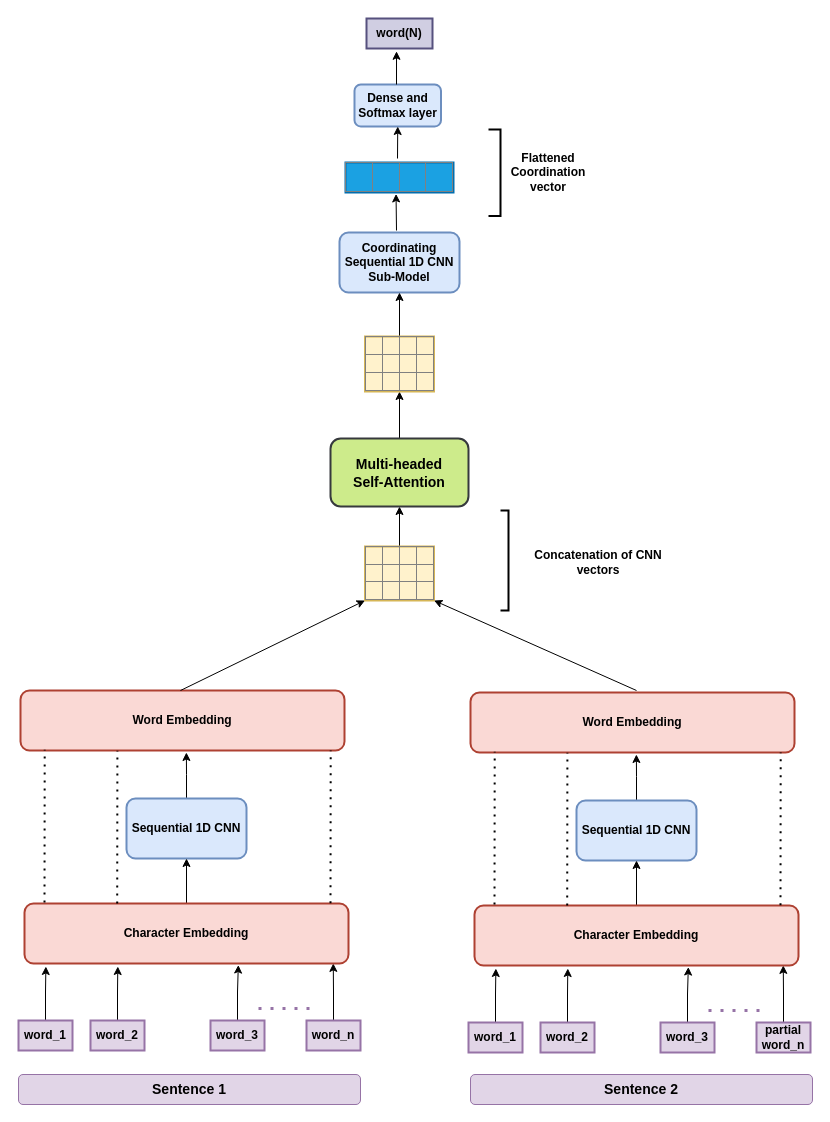
Before: Untitled Diagram.drawio in mahbubhimel/Html, a draw.io diagram. Source tidied: cells renumbered, new cells numbered last; positions are measured from the earlier drawing's top-left corner, leaving out a move shared by most shapes. Both pictures are drawn from the tidied source at 100%, with x=0, y=0 at pixel (18, 18).
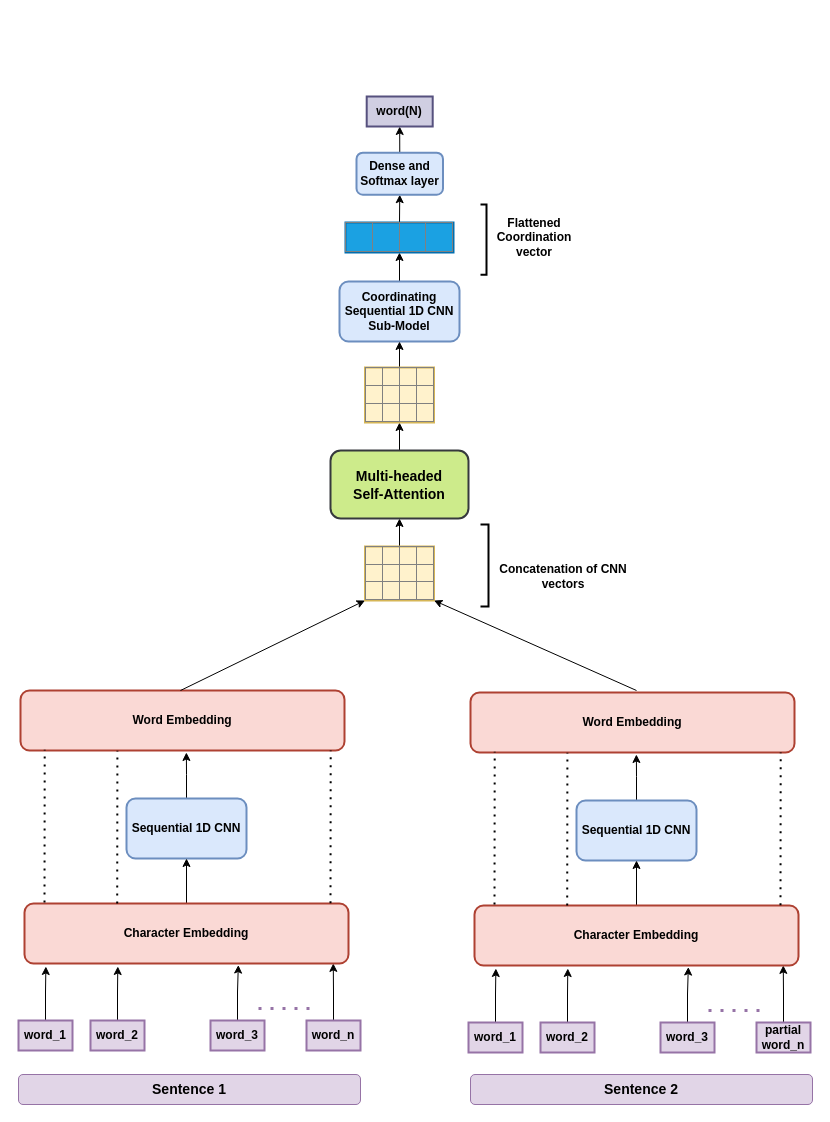
The same diagram, later.

What changed in the source:
```diff
@@
+    <mxCell id="57" style="edgeStyle=orthogonalEdgeStyle;rounded=0;jettySize=auto;html=1;exitX=0.5;exitY=0;exitDx=0;exitDy=0;entryX=0.5;entryY=1;entryDx=0;entryDy=0;" parent="1" edge="1" source="15" target="16">
+      <mxGeometry relative="1" as="geometry" />
+    </mxCell>
     <mxCell id="15" value="&lt;b&gt;Coordinating&lt;br&gt;Sequential 1D CNN&lt;br&gt;Sub-Model&lt;/b&gt;" style="rounded=1;whiteSpace=wrap;html=1;strokeWidth=2;fillColor=#dae8fc;strokeColor=#6c8ebf;" parent="1" vertex="1">
-      <mxGeometry x="321" y="214" width="120" height="60" as="geometry" />
+      <mxGeometry x="321" y="263" width="120" height="60" as="geometry" />
     </mxCell>
+    <mxCell id="58" style="edgeStyle=orthogonalEdgeStyle;rounded=0;jettySize=auto;html=1;exitX=0.5;exitY=0;exitDx=0;exitDy=0;entryX=0.5;entryY=1;entryDx=0;entryDy=0;" parent="1" edge="1" source="16" target="18">
+      <mxGeometry relative="1" as="geometry" />
+    </mxCell>
     <mxCell id="16" value="&lt;table border=&quot;1&quot; width=&quot;100%&quot; style=&quot;width: 100% ; height: 100% ; border-collapse: collapse&quot;&gt;&lt;tbody&gt;&lt;tr&gt;&lt;td align=&quot;center&quot;&gt;&lt;br&gt;&lt;/td&gt;&lt;td align=&quot;center&quot;&gt;&lt;br&gt;&lt;/td&gt;&lt;td align=&quot;center&quot;&gt;&lt;/td&gt;&lt;td&gt;&lt;br&gt;&lt;/td&gt;&lt;/tr&gt;&lt;/tbody&gt;&lt;/table&gt;" style="text;html=1;overflow=fill;fillColor=#1ba1e2;strokeWidth=2;strokeColor=#006EAF;fontColor=#ffffff;" parent="1" vertex="1">
-      <mxGeometry x="327" y="144" width="108" height="30" as="geometry" />
+      <mxGeometry x="327" y="204" width="108" height="30" as="geometry" />
     </mxCell>
-    <mxCell id="17" style="endArrow=classic;html=1;strokeWidth=1;entryX=0.468;entryY=1.048;entryDx=0;entryDy=0;entryPerimeter=0;" parent="1" edge="1" target="16">
-      <mxGeometry relative="1" as="geometry">
-        <mxPoint x="378" y="212" as="sourcePoint" />
-      </mxGeometry>
-    </mxCell>
+    <mxCell id="59" style="edgeStyle=orthogonalEdgeStyle;rounded=0;jettySize=auto;html=1;exitX=0.5;exitY=0;exitDx=0;exitDy=0;entryX=0.5;entryY=1;entryDx=0;entryDy=0;" parent="1" edge="1" source="18" target="20">
+      <mxGeometry relative="1" as="geometry" />
+    </mxCell>
     <mxCell id="18" value="&lt;b&gt;Dense and&lt;br&gt;Softmax layer&lt;/b&gt;" style="rounded=1;whiteSpace=wrap;html=1;strokeWidth=2;fillColor=#dae8fc;strokeColor=#6c8ebf;" parent="1" vertex="1">
-      <mxGeometry x="336" y="66" width="86.5" height="42" as="geometry" />
+      <mxGeometry x="338" y="134.2" width="86.5" height="42" as="geometry" />
     </mxCell>
-    <mxCell id="19" style="endArrow=classic;html=1;strokeWidth=1;entryX=0.5;entryY=1;entryDx=0;entryDy=0;" parent="1" edge="1" target="18">
-      <mxGeometry relative="1" as="geometry">
-        <mxPoint x="379" y="140" as="sourcePoint" />
-      </mxGeometry>
-    </mxCell>
     <mxCell id="20" value="&lt;b&gt;word(N)&lt;/b&gt;" style="rounded=0;whiteSpace=wrap;html=1;strokeWidth=2;fillColor=#d0cee2;strokeColor=#56517e;" parent="1" vertex="1">
-      <mxGeometry x="348" width="66" height="30" as="geometry" />
+      <mxGeometry x="348.2" y="78" width="66" height="30" as="geometry" />
     </mxCell>
-    <mxCell id="21" style="endArrow=classic;html=1;strokeWidth=1;entryX=0.455;entryY=1.093;entryDx=0;entryDy=0;entryPerimeter=0;" parent="1" edge="1" target="20">
-      <mxGeometry relative="1" as="geometry">
-        <mxPoint x="378" y="66" as="sourcePoint" />
-      </mxGeometry>
-    </mxCell>
@@
     <mxCell id="23" value="&lt;b&gt;&lt;font style=&quot;font-size: 14px&quot;&gt;Multi-headed &lt;br&gt;Self-Attention&lt;/font&gt;&lt;/b&gt;" style="rounded=1;whiteSpace=wrap;html=1;strokeWidth=2;fillColor=#cdeb8b;strokeColor=#36393d;fontSize=15;" parent="1" vertex="1">
-      <mxGeometry x="312" y="420" width="138" height="68" as="geometry" />
+      <mxGeometry x="312" y="432" width="138" height="68" as="geometry" />
     </mxCell>
     <mxCell id="24" style="strokeWidth=2;html=1;shape=mxgraph.flowchart.annotation_1;align=left;fillColor=#ffffff;gradientColor=#ffffff;rotation=-180;" parent="1" vertex="1">
-      <mxGeometry x="470" y="111" width="12" height="86.5" as="geometry" />
+      <mxGeometry x="462" y="186" width="6" height="70.2" as="geometry" />
     </mxCell>
     <mxCell id="25" value="&lt;b&gt;Flattened Coordination vector&lt;/b&gt;" style="text;html=1;strokeColor=none;fillColor=none;align=center;verticalAlign=middle;whiteSpace=wrap;rounded=0;" parent="1" vertex="1">
-      <mxGeometry x="510" y="144" width="40" height="20" as="geometry" />
+      <mxGeometry x="496" y="208.8" width="40" height="20" as="geometry" />
     </mxCell>
@@
     <mxCell id="52" value="&lt;table border=&quot;1&quot; width=&quot;100%&quot; style=&quot;width: 100% ; height: 100% ; border-collapse: collapse&quot;&gt;&lt;tbody&gt;&lt;tr&gt;&lt;td align=&quot;center&quot;&gt;&lt;/td&gt;&lt;td align=&quot;center&quot;&gt;&lt;br&gt;&lt;/td&gt;&lt;td align=&quot;center&quot;&gt;&lt;/td&gt;&lt;td&gt;&lt;br&gt;&lt;/td&gt;&lt;/tr&gt;&lt;tr&gt;&lt;td align=&quot;center&quot;&gt;&lt;br&gt;&lt;/td&gt;&lt;td align=&quot;center&quot;&gt;&lt;/td&gt;&lt;td align=&quot;center&quot;&gt;&lt;/td&gt;&lt;td&gt;&lt;br&gt;&lt;/td&gt;&lt;/tr&gt;&lt;tr&gt;&lt;td align=&quot;center&quot;&gt;&lt;/td&gt;&lt;td align=&quot;center&quot;&gt;&lt;/td&gt;&lt;td align=&quot;center&quot;&gt;&lt;br&gt;&lt;/td&gt;&lt;td&gt;&lt;br&gt;&lt;/td&gt;&lt;/tr&gt;&lt;/tbody&gt;&lt;/table&gt;" style="text;html=1;strokeColor=#d6b656;fillColor=#fff2cc;overflow=fill;strokeWidth=2;verticalAlign=bottom;" parent="1" vertex="1">
-      <mxGeometry x="346.5" y="318" width="69" height="55" as="geometry" />
+      <mxGeometry x="346.5" y="349" width="69" height="55" as="geometry" />
     </mxCell>
@@
     <mxCell id="55" style="strokeWidth=2;html=1;shape=mxgraph.flowchart.annotation_1;align=left;rotation=-180;" parent="1" vertex="1">
-      <mxGeometry x="482" y="492" width="8" height="100" as="geometry" />
+      <mxGeometry x="462" y="506" width="8" height="82" as="geometry" />
     </mxCell>
     <mxCell id="56" value="&lt;b&gt;Concatenation of CNN vectors&lt;/b&gt;" style="text;html=1;strokeColor=none;fillColor=none;align=center;verticalAlign=middle;whiteSpace=wrap;rounded=0;" parent="1" vertex="1">
-      <mxGeometry x="506" y="534" width="148" height="20" as="geometry" />
+      <mxGeometry x="471" y="548" width="148" height="20" as="geometry" />
     </mxCell>
```
